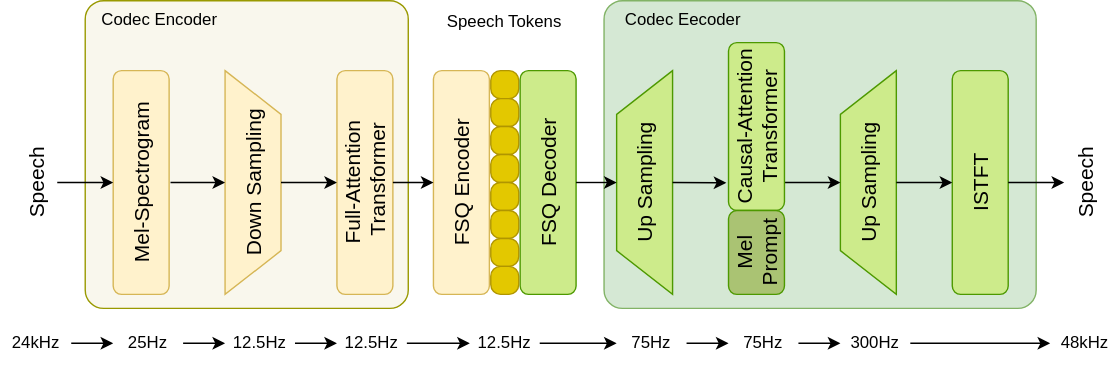
Earlier version of the draw.io export img/cipher/codec125.svg (cognitivespeech/cognitivespeech.github.io). Source tidied: cells renumbered, new cells last; positions are measured from the earlier drawing's top-left corner, leaving out a move shared by most shapes.
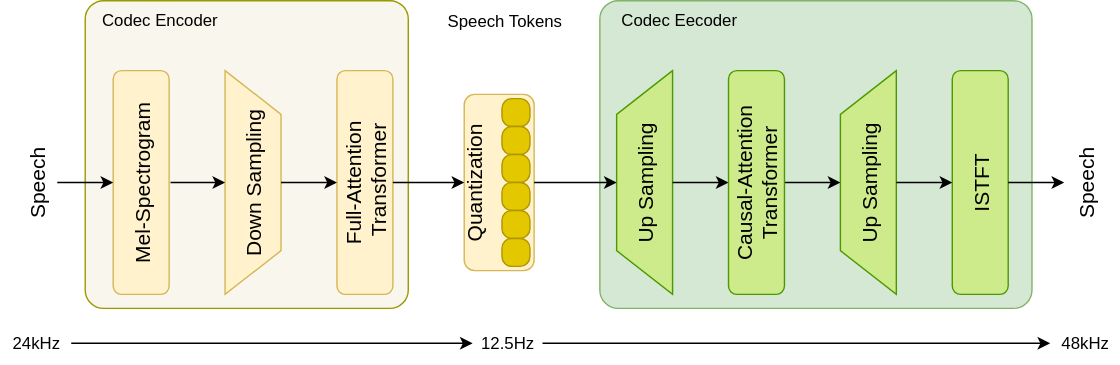
After the change.

What changed in the source:
```diff
@@ -3,7 +3,7 @@
     <mxCell id="0" />
     <mxCell id="1" parent="0" />
     <mxCell id="2" value="&lt;font style=&quot;&quot;&gt;&lt;span&gt;&amp;nbsp; &amp;nbsp; Codec Eecoder&lt;/span&gt;&lt;/font&gt;" style="rounded=1;whiteSpace=wrap;html=1;align=left;verticalAlign=top;arcSize=6;fillColor=#d5e8d4;strokeColor=#82b366;fontStyle=0;fontColor=#000000;" parent="1" vertex="1">
-      <mxGeometry x="431" width="309" height="220" as="geometry" />
+      <mxGeometry x="428" width="309" height="220" as="geometry" />
     </mxCell>
     <mxCell id="3" value="&lt;font style=&quot;&quot;&gt;&lt;span&gt;&amp;nbsp; &amp;nbsp;Codec Encoder&lt;/span&gt;&lt;/font&gt;" style="rounded=1;whiteSpace=wrap;html=1;align=left;verticalAlign=top;arcSize=6;fillColor=#f9f7ed;strokeColor=#999900;fontStyle=0;fontColor=#000000;" parent="1" vertex="1">
       <mxGeometry x="60" width="231" height="220" as="geometry" />
@@ -20,21 +20,15 @@
     <mxCell id="7" value="&lt;font style=&quot;font-size: 15px;&quot;&gt;Up Sampling&lt;/font&gt;" style="shape=trapezoid;perimeter=trapezoidPerimeter;whiteSpace=wrap;html=1;fixedSize=1;rotation=-90;size=31.25;horizontal=1;direction=west;flipV=1;fillColor=#cdeb8b;strokeColor=#4D9900;fontStyle=0;fontColor=#000000;" parent="1" vertex="1">
       <mxGeometry x="380" y="110" width="160" height="40" as="geometry" />
     </mxCell>
-    <mxCell id="8" style="rounded=1;whiteSpace=wrap;html=1;fillColor=#e3c800;fontColor=#000000;strokeColor=#B09500;arcSize=35;fontStyle=0;" parent="1" vertex="1">
-      <mxGeometry x="350" y="50" width="20" height="20" as="geometry" />
-    </mxCell>
     <mxCell id="9" value="&lt;font style=&quot;font-size: 15px;&quot;&gt;Up Sampling&lt;/font&gt;" style="shape=trapezoid;perimeter=trapezoidPerimeter;whiteSpace=wrap;html=1;fixedSize=1;rotation=-90;size=31.25;horizontal=1;direction=west;flipV=1;fillColor=#cdeb8b;strokeColor=#4D9900;fontStyle=0;fontColor=#000000;" parent="1" vertex="1">
       <mxGeometry x="540" y="110" width="160" height="40" as="geometry" />
     </mxCell>
     <mxCell id="10" value="&lt;font style=&quot;&quot;&gt;ISTFT&lt;/font&gt;" style="rounded=1;labelPosition=center;verticalLabelPosition=middle;align=center;verticalAlign=middle;fontSize=15;direction=west;flipV=1;flipH=0;whiteSpace=wrap;html=1;horizontal=0;fillColor=#cdeb8b;strokeColor=#4D9900;fontStyle=0;fontColor=#000000;" parent="1" vertex="1">
       <mxGeometry x="680" y="50" width="40" height="160" as="geometry" />
     </mxCell>
-    <mxCell id="11" value="&lt;font style=&quot;&quot;&gt;FSQ Encoder&lt;/font&gt;" style="rounded=1;labelPosition=center;verticalLabelPosition=middle;align=center;verticalAlign=middle;fontSize=15;direction=west;flipV=1;flipH=0;whiteSpace=wrap;html=1;horizontal=0;fillColor=#fff2cc;strokeColor=#d6b656;fontStyle=0;fontColor=#000000;" parent="1" vertex="1">
-      <mxGeometry x="309" y="50" width="40" height="160" as="geometry" />
+    <mxCell id="11" value="&lt;font style=&quot;&quot;&gt;Quantization&lt;/font&gt;&lt;div&gt;&lt;font style=&quot;&quot;&gt;&lt;br&gt;&lt;/font&gt;&lt;/div&gt;&lt;div&gt;&lt;font style=&quot;&quot;&gt;&lt;br&gt;&lt;/font&gt;&lt;/div&gt;" style="rounded=1;labelPosition=center;verticalLabelPosition=middle;align=center;verticalAlign=middle;fontSize=15;direction=west;flipV=1;flipH=0;whiteSpace=wrap;html=1;horizontal=0;fillColor=#fff2cc;strokeColor=#d6b656;fontStyle=0;fontColor=#000000;" parent="1" vertex="1">
+      <mxGeometry x="331" y="67" width="50" height="126" as="geometry" />
     </mxCell>
-    <mxCell id="12" value="&lt;font style=&quot;&quot;&gt;FSQ Decoder&lt;/font&gt;" style="rounded=1;labelPosition=center;verticalLabelPosition=middle;align=center;verticalAlign=middle;fontSize=15;direction=west;flipV=1;flipH=0;whiteSpace=wrap;html=1;horizontal=0;fillColor=#cdeb8b;strokeColor=light-dark(#4D9900,#BABDC0);fontStyle=0;fontColor=#000000;" parent="1" vertex="1">
-      <mxGeometry x="371" y="50" width="40" height="160" as="geometry" />
-    </mxCell>
     <mxCell id="13" value="&lt;font style=&quot;&quot;&gt;Speech&lt;/font&gt;" style="text;strokeColor=none;align=center;fillColor=none;html=1;verticalAlign=middle;whiteSpace=wrap;rounded=0;horizontal=0;fontSize=15;fontStyle=0;fontColor=#000000;" parent="1" vertex="1">
       <mxGeometry x="10" y="80" width="30" height="100" as="geometry" />
     </mxCell>
@@ -44,54 +38,18 @@
     <mxCell id="15" value="24kHz" style="text;strokeColor=none;align=center;fillColor=none;html=1;verticalAlign=middle;whiteSpace=wrap;rounded=0;fontColor=#000000;fontStyle=0;" parent="1" vertex="1">
       <mxGeometry y="230" width="50" height="30" as="geometry" />
     </mxCell>
-    <mxCell id="16" value="25Hz" style="text;strokeColor=none;align=center;fillColor=none;html=1;verticalAlign=middle;whiteSpace=wrap;rounded=0;fontColor=#000000;fontStyle=0;" parent="1" vertex="1">
-      <mxGeometry x="80" y="230" width="50" height="30" as="geometry" />
-    </mxCell>
-    <mxCell id="17" value="12.5Hz" style="text;strokeColor=none;align=center;fillColor=none;html=1;verticalAlign=middle;whiteSpace=wrap;rounded=0;fontColor=#000000;fontStyle=0;" parent="1" vertex="1">
-      <mxGeometry x="160" y="230" width="50" height="30" as="geometry" />
-    </mxCell>
-    <mxCell id="18" value="12.5Hz" style="text;strokeColor=none;align=center;fillColor=none;html=1;verticalAlign=middle;whiteSpace=wrap;rounded=0;fontColor=#000000;fontStyle=0;" parent="1" vertex="1">
-      <mxGeometry x="240" y="230" width="50" height="30" as="geometry" />
-    </mxCell>
     <mxCell id="19" value="12.5Hz" style="text;strokeColor=none;align=center;fillColor=none;html=1;verticalAlign=middle;whiteSpace=wrap;rounded=0;fontColor=#000000;fontStyle=0;" parent="1" vertex="1">
-      <mxGeometry x="335" y="230" width="50" height="30" as="geometry" />
+      <mxGeometry x="337" y="230" width="50" height="30" as="geometry" />
     </mxCell>
-    <mxCell id="20" value="75Hz" style="text;strokeColor=none;align=center;fillColor=none;html=1;verticalAlign=middle;whiteSpace=wrap;rounded=0;fontColor=#000000;fontStyle=0;" parent="1" vertex="1">
-      <mxGeometry x="440" y="230" width="50" height="30" as="geometry" />
-    </mxCell>
-    <mxCell id="21" value="75Hz" style="text;strokeColor=none;align=center;fillColor=none;html=1;verticalAlign=middle;whiteSpace=wrap;rounded=0;fontColor=#000000;fontStyle=0;" parent="1" vertex="1">
-      <mxGeometry x="520" y="230" width="50" height="30" as="geometry" />
-    </mxCell>
-    <mxCell id="22" value="300Hz" style="text;strokeColor=none;align=center;fillColor=none;html=1;verticalAlign=middle;whiteSpace=wrap;rounded=0;fontColor=#000000;fontStyle=0;" parent="1" vertex="1">
-      <mxGeometry x="600" y="230" width="50" height="30" as="geometry" />
-    </mxCell>
     <mxCell id="23" value="48kHz" style="text;strokeColor=none;align=center;fillColor=none;html=1;verticalAlign=middle;whiteSpace=wrap;rounded=0;fontColor=#000000;fontStyle=0;" parent="1" vertex="1">
       <mxGeometry x="750" y="230" width="50" height="30" as="geometry" />
     </mxCell>
-    <mxCell id="24" style="endArrow=classic;html=1;rounded=0;exitX=1;exitY=0.5;exitDx=0;exitDy=0;entryX=0;entryY=0.5;entryDx=0;entryDy=0;fontColor=#000000;fontStyle=0;" parent="1" edge="1" source="15" target="16">
+    <mxCell id="24" style="endArrow=classic;html=1;rounded=0;exitX=1;exitY=0.5;exitDx=0;exitDy=0;entryX=0;entryY=0.5;entryDx=0;entryDy=0;fontColor=#000000;fontStyle=0;" parent="1" edge="1" source="15" target="19">
       <mxGeometry relative="1" as="geometry" />
     </mxCell>
-    <mxCell id="25" style="endArrow=classic;html=1;rounded=0;exitX=1;exitY=0.5;exitDx=0;exitDy=0;entryX=0;entryY=0.5;entryDx=0;entryDy=0;fontColor=#000000;fontStyle=0;" parent="1" edge="1" source="16" target="17">
-      <mxGeometry relative="1" as="geometry" />
-    </mxCell>
-    <mxCell id="26" style="endArrow=classic;html=1;rounded=0;exitX=1;exitY=0.5;exitDx=0;exitDy=0;entryX=0;entryY=0.5;entryDx=0;entryDy=0;fontColor=#000000;fontStyle=0;" parent="1" edge="1" source="17" target="18">
-      <mxGeometry relative="1" as="geometry" />
-    </mxCell>
-    <mxCell id="27" style="endArrow=classic;html=1;rounded=0;exitX=1;exitY=0.5;exitDx=0;exitDy=0;entryX=0;entryY=0.5;entryDx=0;entryDy=0;fontColor=#000000;fontStyle=0;" parent="1" edge="1" source="18" target="19">
-      <mxGeometry relative="1" as="geometry" />
-    </mxCell>
-    <mxCell id="28" style="endArrow=classic;html=1;rounded=0;exitX=1;exitY=0.5;exitDx=0;exitDy=0;entryX=0;entryY=0.5;entryDx=0;entryDy=0;fontColor=#000000;fontStyle=0;" parent="1" edge="1" source="19" target="20">
+    <mxCell id="28" style="endArrow=classic;html=1;rounded=0;exitX=1;exitY=0.5;exitDx=0;exitDy=0;entryX=0;entryY=0.5;entryDx=0;entryDy=0;fontColor=#000000;fontStyle=0;" parent="1" edge="1" source="19" target="23">
       <mxGeometry relative="1" as="geometry" />
     </mxCell>
-    <mxCell id="29" style="endArrow=classic;html=1;rounded=0;exitX=1;exitY=0.5;exitDx=0;exitDy=0;entryX=0;entryY=0.5;entryDx=0;entryDy=0;fontColor=#000000;fontStyle=0;" parent="1" edge="1" source="20" target="21">
-      <mxGeometry relative="1" as="geometry" />
-    </mxCell>
-    <mxCell id="30" style="endArrow=classic;html=1;rounded=0;exitX=1;exitY=0.5;exitDx=0;exitDy=0;entryX=0;entryY=0.5;entryDx=0;entryDy=0;entryPerimeter=0;fontColor=#000000;fontStyle=0;" parent="1" edge="1" source="21" target="22">
-      <mxGeometry relative="1" as="geometry" />
-    </mxCell>
-    <mxCell id="31" style="endArrow=classic;html=1;rounded=0;exitX=1;exitY=0.5;exitDx=0;exitDy=0;entryX=0;entryY=0.5;entryDx=0;entryDy=0;fontColor=#000000;fontStyle=0;" parent="1" edge="1" source="22" target="23">
-      <mxGeometry relative="1" as="geometry" />
-    </mxCell>
     <mxCell id="32" style="endArrow=classic;html=1;rounded=0;entryX=0.5;entryY=1;entryDx=0;entryDy=0;fontStyle=0;fontColor=#000000;" parent="1" edge="1" target="6">
       <mxGeometry relative="1" as="geometry">
         <mxPoint x="121" y="130" as="sourcePoint" />
@@ -103,13 +61,13 @@
     <mxCell id="34" style="endArrow=classic;html=1;rounded=0;exitX=0;exitY=0.5;exitDx=0;exitDy=0;entryX=1;entryY=0.5;entryDx=0;entryDy=0;fontStyle=0;fontColor=#000000;" parent="1" edge="1" source="4" target="11">
       <mxGeometry relative="1" as="geometry" />
     </mxCell>
-    <mxCell id="35" style="endArrow=classic;html=1;rounded=0;exitX=0;exitY=0.5;exitDx=0;exitDy=0;entryX=0.5;entryY=1;entryDx=0;entryDy=0;fontStyle=0;fontColor=#000000;" parent="1" edge="1" source="12" target="7">
+    <mxCell id="35" style="endArrow=classic;html=1;rounded=0;exitX=0;exitY=0.5;exitDx=0;exitDy=0;entryX=0.5;entryY=1;entryDx=0;entryDy=0;fontStyle=0;fontColor=#000000;" parent="1" edge="1" source="11" target="7">
       <mxGeometry relative="1" as="geometry" />
     </mxCell>
-    <mxCell id="36" style="endArrow=classic;html=1;rounded=0;exitX=0.5;exitY=0;exitDx=0;exitDy=0;entryX=1.039;entryY=0.835;entryDx=0;entryDy=0;entryPerimeter=0;fontStyle=0;fontColor=#000000;" parent="1" edge="1" source="7" target="43">
+    <mxCell id="36" style="endArrow=classic;html=1;rounded=0;exitX=0.5;exitY=0;exitDx=0;exitDy=0;entryX=1;entryY=0.5;entryDx=0;entryDy=0;fontStyle=0;fontColor=#000000;" parent="1" edge="1" source="7" target="43">
       <mxGeometry relative="1" as="geometry" />
     </mxCell>
-    <mxCell id="37" style="endArrow=classic;html=1;rounded=0;entryX=0.5;entryY=1;entryDx=0;entryDy=0;exitX=0;exitY=0.833;exitDx=0;exitDy=0;exitPerimeter=0;fontStyle=0;fontColor=#000000;" parent="1" edge="1" source="43" target="9">
+    <mxCell id="37" style="endArrow=classic;html=1;rounded=0;entryX=0.5;entryY=1;entryDx=0;entryDy=0;exitX=0;exitY=0.5;exitDx=0;exitDy=0;fontStyle=0;fontColor=#000000;" parent="1" edge="1" source="43" target="9">
       <mxGeometry relative="1" as="geometry" />
     </mxCell>
     <mxCell id="38" style="endArrow=classic;html=1;rounded=0;entryX=1;entryY=0.5;entryDx=0;entryDy=0;exitX=0.5;exitY=0;exitDx=0;exitDy=0;fontStyle=0;fontColor=#000000;" parent="1" edge="1" source="9" target="10">
@@ -127,34 +85,28 @@
       <mxGeometry x="312" width="96" height="30" as="geometry" />
     </mxCell>
     <mxCell id="42" style="group;fontStyle=0;fontColor=#000000;" parent="1" vertex="1">
-      <mxGeometry x="520" y="30" width="40" height="180" as="geometry" />
+      <mxGeometry x="520" y="50" width="40" height="160" as="geometry" />
     </mxCell>
     <mxCell id="43" value="&lt;font style=&quot;&quot;&gt;Causal-Attention&lt;/font&gt;&lt;div&gt;&lt;div&gt;&lt;div&gt;&lt;font style=&quot;&quot;&gt;Transformer&lt;/font&gt;&lt;/div&gt;&lt;/div&gt;&lt;/div&gt;" style="rounded=1;labelPosition=center;verticalLabelPosition=middle;align=center;verticalAlign=middle;fontSize=15;direction=west;flipV=1;flipH=0;whiteSpace=wrap;html=1;horizontal=0;fillColor=#cdeb8b;strokeColor=#4D9900;fontStyle=0;fontColor=#000000;" parent="42" vertex="1">
-      <mxGeometry width="40" height="120" as="geometry" />
+      <mxGeometry width="40" height="160" as="geometry" />
     </mxCell>
-    <mxCell id="44" value="&lt;font&gt;Mel Prompt&lt;/font&gt;" style="rounded=1;labelPosition=center;verticalLabelPosition=middle;align=center;verticalAlign=middle;fontSize=15;direction=west;flipV=1;flipH=0;whiteSpace=wrap;html=1;horizontal=0;fillColor=#AAC373;strokeColor=#4D9900;fontStyle=0;fontColor=#000000;" parent="42" vertex="1">
-      <mxGeometry y="120" width="40" height="60" as="geometry" />
-    </mxCell>
     <mxCell id="45" style="rounded=1;whiteSpace=wrap;html=1;fillColor=#e3c800;fontColor=#000000;strokeColor=#B09500;arcSize=35;fontStyle=0;" parent="1" vertex="1">
-      <mxGeometry x="350" y="70" width="20" height="20" as="geometry" />
+      <mxGeometry x="358" y="70" width="20" height="20" as="geometry" />
     </mxCell>
     <mxCell id="46" style="rounded=1;whiteSpace=wrap;html=1;fillColor=#e3c800;fontColor=#000000;strokeColor=#B09500;arcSize=35;fontStyle=0;" parent="1" vertex="1">
-      <mxGeometry x="350" y="90" width="20" height="20" as="geometry" />
+      <mxGeometry x="358" y="90" width="20" height="20" as="geometry" />
     </mxCell>
     <mxCell id="47" style="rounded=1;whiteSpace=wrap;html=1;fillColor=#e3c800;fontColor=#000000;strokeColor=#B09500;arcSize=35;fontStyle=0;" parent="1" vertex="1">
-      <mxGeometry x="350" y="110" width="20" height="20" as="geometry" />
+      <mxGeometry x="358" y="110" width="20" height="20" as="geometry" />
     </mxCell>
     <mxCell id="48" style="rounded=1;whiteSpace=wrap;html=1;fillColor=#e3c800;fontColor=#000000;strokeColor=#B09500;arcSize=35;fontStyle=0;" parent="1" vertex="1">
-      <mxGeometry x="350" y="130" width="20" height="20" as="geometry" />
+      <mxGeometry x="358" y="130" width="20" height="20" as="geometry" />
     </mxCell>
     <mxCell id="49" style="rounded=1;whiteSpace=wrap;html=1;fillColor=#e3c800;fontColor=#000000;strokeColor=#B09500;arcSize=35;fontStyle=0;" parent="1" vertex="1">
-      <mxGeometry x="350" y="150" width="20" height="20" as="geometry" />
+      <mxGeometry x="358" y="150" width="20" height="20" as="geometry" />
     </mxCell>
     <mxCell id="50" style="rounded=1;whiteSpace=wrap;html=1;fillColor=#e3c800;fontColor=#000000;strokeColor=#B09500;arcSize=35;fontStyle=0;" parent="1" vertex="1">
-      <mxGeometry x="350" y="170" width="20" height="20" as="geometry" />
+      <mxGeometry x="358" y="170" width="20" height="20" as="geometry" />
     </mxCell>
-    <mxCell id="51" style="rounded=1;whiteSpace=wrap;html=1;fillColor=#e3c800;fontColor=#000000;strokeColor=#B09500;arcSize=35;fontStyle=0;" parent="1" vertex="1">
-      <mxGeometry x="350" y="190" width="20" height="20" as="geometry" />
-    </mxCell>
   </root>
 </mxGraphModel>
```
